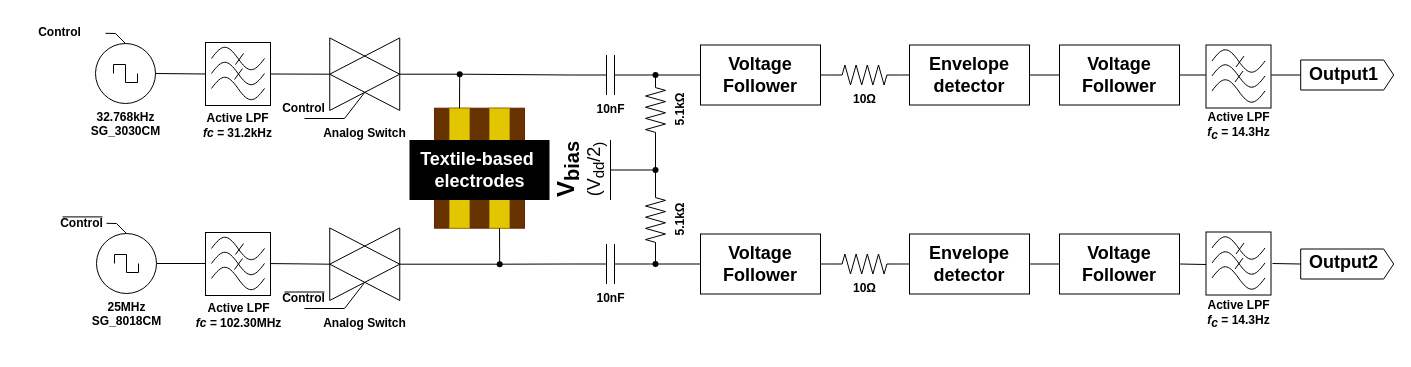
Before: forSensorSymposium.drawio in 10matcho27/drawio_figure, a draw.io diagram. Source tidied: cells renumbered, new cells numbered last; positions are measured from the earlier drawing's top-left corner, leaving out a move shared by most shapes. Both pictures are drawn from the tidied source at 100%, with x=0, y=0 at pixel (24, 17).
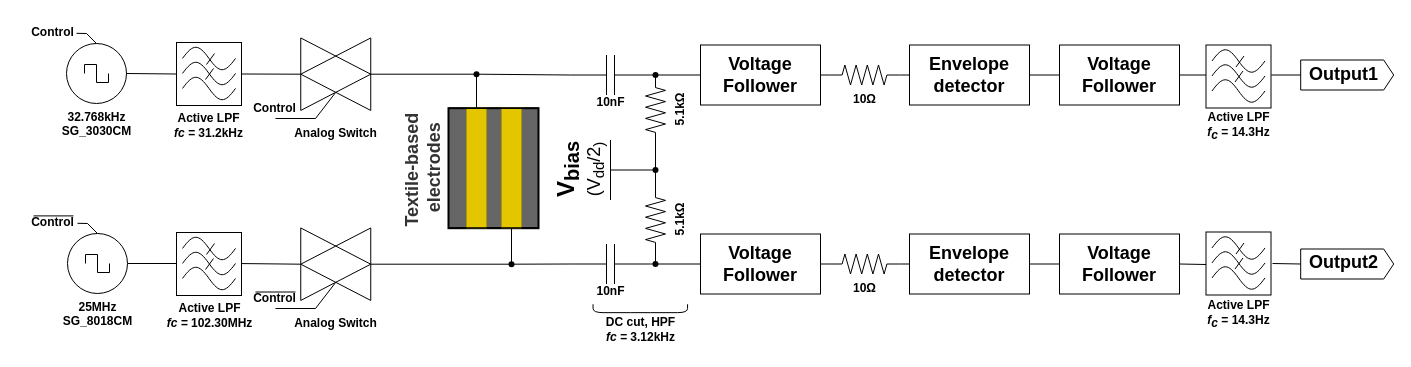
The same page after the edit.

Commit message:
forSensorSymposium.drawio を更新します

What changed in the source:
```diff
@@
     <mxCell id="2" value="&lt;div&gt;&lt;font face=&quot;Century&quot;&gt;&lt;b&gt;32.768kHz&lt;/b&gt;&lt;/font&gt;&lt;/div&gt;&lt;div&gt;&lt;font face=&quot;Century&quot;&gt;&lt;b&gt;SG_3030CM&lt;br&gt;&lt;/b&gt;&lt;/font&gt;&lt;/div&gt;" style="verticalLabelPosition=bottom;shadow=0;dashed=0;align=center;html=1;verticalAlign=top;shape=mxgraph.electrical.signal_sources.source;points=[[0.5,0,0],[1,0.5,0],[0.5,1,0],[0,0.5,0]];elSignalType=square;" parent="1" vertex="1">
-      <mxGeometry x="71" y="26" width="60" height="60" as="geometry" />
+      <mxGeometry x="42" y="26" width="60" height="60" as="geometry" />
     </mxCell>
@@
     <mxCell id="4" style="rounded=0;whiteSpace=wrap;html=1;" parent="1" vertex="1">
-      <mxGeometry x="181" y="25" width="65" height="63" as="geometry" />
+      <mxGeometry x="152" y="25" width="65" height="63" as="geometry" />
     </mxCell>
@@
     <mxCell id="6" value="&lt;div&gt;&lt;font face=&quot;Century&quot;&gt;&lt;b&gt;Active LPF&lt;/b&gt;&lt;/font&gt;&lt;/div&gt;&lt;div&gt;&lt;font face=&quot;Century&quot;&gt;&lt;b&gt;&lt;i&gt;fc = &lt;/i&gt;31.2kHz&lt;br&gt;&lt;/b&gt;&lt;/font&gt;&lt;/div&gt;" style="text;html=1;align=center;verticalAlign=middle;strokeColor=none;fillColor=none;fontFamily=Helvetica;" parent="1" vertex="1">
-      <mxGeometry x="163" y="88" width="100" height="40" as="geometry" />
+      <mxGeometry x="134" y="88" width="100" height="40" as="geometry" />
     </mxCell>
-    <mxCell id="7" value="&lt;b&gt;10nF&lt;/b&gt;" style="verticalLabelPosition=bottom;shadow=0;dashed=0;align=center;html=1;verticalAlign=top;shape=mxgraph.electrical.capacitors.capacitor_1;fontFamily=Century;" parent="1" vertex="1">
+    <mxCell id="7" value="&lt;b&gt;10nF&lt;/b&gt;" style="verticalLabelPosition=bottom;shadow=0;dashed=0;align=center;html=1;verticalAlign=top;shape=mxgraph.electrical.capacitors.capacitor_1;fontFamily=Century;spacingTop=-7;" parent="1" vertex="1">
       <mxGeometry x="546" y="37.5" width="80" height="40" as="geometry" />
     </mxCell>
-    <mxCell id="8" style="rounded=0;whiteSpace=wrap;html=1;fontFamily=Helvetica;fillColor=#663300;strokeColor=#6D1F00;fontColor=#ffffff;rotation=90;" parent="1" vertex="1">
-      <mxGeometry x="395" y="105.7" width="120" height="90" as="geometry" />
+    <mxCell id="8" style="rounded=0;whiteSpace=wrap;html=1;fontFamily=Helvetica;fillColor=#666666;strokeColor=#000000;fontColor=#ffffff;rotation=90;strokeWidth=2;" parent="1" vertex="1">
+      <mxGeometry x="409" y="105.7" width="120" height="90" as="geometry" />
     </mxCell>
     <mxCell id="9" style="rounded=0;whiteSpace=wrap;html=1;fontFamily=Helvetica;fillColor=#E3C500;rotation=0;fontColor=#000000;strokeColor=#B09500;" parent="1" vertex="1">
-      <mxGeometry x="425" y="90.7" width="20" height="120" as="geometry" />
+      <mxGeometry x="442" y="90.7" width="20" height="120" as="geometry" />
     </mxCell>
     <mxCell id="10" style="rounded=0;whiteSpace=wrap;html=1;fontFamily=Helvetica;fillColor=#E3C500;rotation=0;fontColor=#000000;strokeColor=#B09500;" parent="1" vertex="1">
-      <mxGeometry x="465" y="90.7" width="20" height="120" as="geometry" />
+      <mxGeometry x="477" y="90.7" width="20" height="120" as="geometry" />
     </mxCell>
     <mxCell id="11" style="shape=waypoint;sketch=0;fillStyle=solid;size=6;points=[];fillColor=none;perimeter=centerPerimeter;snapToPoint=1;verticalAlign=top;spacingBottom=0;spacingTop=-5;fontFamily=Verdana;fontSize=12;" parent="1" vertex="1">
-      <mxGeometry x="415.2" y="36.7" width="40" height="40" as="geometry" />
+      <mxGeometry x="432" y="36.7" width="40" height="40" as="geometry" />
     </mxCell>
@@
-    <mxCell id="24" value="&lt;b&gt;10nF&lt;/b&gt;" style="verticalLabelPosition=bottom;shadow=0;dashed=0;align=center;html=1;verticalAlign=top;shape=mxgraph.electrical.capacitors.capacitor_1;fontFamily=Century;" parent="1" vertex="1">
+    <mxCell id="24" value="&lt;b&gt;10nF&lt;/b&gt;" style="verticalLabelPosition=bottom;shadow=0;dashed=0;align=center;html=1;verticalAlign=top;shape=mxgraph.electrical.capacitors.capacitor_1;fontFamily=Century;spacingTop=-7;" parent="1" vertex="1">
       <mxGeometry x="546" y="226.5" width="80" height="40" as="geometry" />
     </mxCell>
@@
-    <mxCell id="26" value="&lt;div&gt;&lt;font face=&quot;Century&quot; color=&quot;#ffffff&quot;&gt;&lt;b&gt;Textile-based&amp;nbsp;&lt;/b&gt;&lt;/font&gt;&lt;/div&gt;&lt;div&gt;&lt;font face=&quot;Century&quot; color=&quot;#ffffff&quot;&gt;&lt;b&gt;electrodes&lt;/b&gt;&lt;/font&gt;&lt;/div&gt;" style="text;html=1;align=center;verticalAlign=middle;strokeColor=none;fillColor=#000000;fontSize=18;fontFamily=Helvetica;fontColor=#333333;" parent="1" vertex="1">
-      <mxGeometry x="385" y="122.5" width="140" height="60" as="geometry" />
+    <mxCell id="26" value="&lt;div&gt;&lt;font face=&quot;Century&quot;&gt;&lt;b&gt;Textile-based&amp;nbsp;&lt;/b&gt;&lt;/font&gt;&lt;/div&gt;&lt;div&gt;&lt;font face=&quot;Century&quot;&gt;&lt;b&gt;electrodes&lt;/b&gt;&lt;/font&gt;&lt;/div&gt;" style="text;html=1;align=center;verticalAlign=middle;strokeColor=none;fillColor=none;fontSize=18;fontFamily=Helvetica;fontColor=#333333;rotation=-90;" parent="1" vertex="1">
+      <mxGeometry x="329" y="120.7" width="140" height="60" as="geometry" />
     </mxCell>
@@
     <mxCell id="49" value="&lt;div&gt;&lt;font face=&quot;Century&quot;&gt;&lt;b&gt;25MHz&lt;/b&gt;&lt;/font&gt;&lt;/div&gt;&lt;div&gt;&lt;font face=&quot;Century&quot;&gt;&lt;b&gt;SG_8018CM&lt;br&gt;&lt;/b&gt;&lt;/font&gt;&lt;/div&gt;" style="verticalLabelPosition=bottom;shadow=0;dashed=0;align=center;html=1;verticalAlign=top;shape=mxgraph.electrical.signal_sources.source;points=[[0.5,0,0],[1,0.5,0],[0.5,1,0],[0,0.5,0]];elSignalType=square;" parent="1" vertex="1">
-      <mxGeometry x="72" y="216" width="60" height="60" as="geometry" />
+      <mxGeometry x="43" y="216" width="60" height="60" as="geometry" />
     </mxCell>
@@
     <mxCell id="51" style="verticalLabelPosition=bottom;verticalAlign=top;html=1;shape=mxgraph.basic.acute_triangle;dx=0.5;rotation=90;" parent="1" vertex="1">
-      <mxGeometry x="304" y="21.7" width="72.5" height="70" as="geometry" />
+      <mxGeometry x="275" y="21.7" width="72.5" height="70" as="geometry" />
     </mxCell>
@@
     <mxCell id="54" style="endArrow=none;html=1;rounded=0;" parent="1" edge="1">
       <mxGeometry relative="1" as="geometry">
-        <mxPoint x="280" y="101" as="sourcePoint" />
-        <mxPoint x="320" y="101" as="targetPoint" />
+        <mxPoint x="251" y="101" as="sourcePoint" />
+        <mxPoint x="291" y="101" as="targetPoint" />
       </mxGeometry>
     </mxCell>
     <mxCell id="55" style="endArrow=none;html=1;rounded=0;entryX=0;entryY=0;entryDx=18.125;entryDy=35;entryPerimeter=0;" parent="1" edge="1" target="56">
       <mxGeometry relative="1" as="geometry">
-        <mxPoint x="320" y="101" as="sourcePoint" />
+        <mxPoint x="291" y="101" as="sourcePoint" />
       </mxGeometry>
     </mxCell>
     <mxCell id="56" style="verticalLabelPosition=bottom;verticalAlign=top;html=1;shape=mxgraph.basic.acute_triangle;dx=0.5;rotation=-90;" parent="1" vertex="1">
-      <mxGeometry x="304" y="21.7" width="72.5" height="70" as="geometry" />
+      <mxGeometry x="275" y="21.7" width="72.5" height="70" as="geometry" />
     </mxCell>
@@
     <mxCell id="59" value="&lt;b&gt;&lt;font face=&quot;Century&quot;&gt;Analog Switch&lt;/font&gt;&lt;/b&gt;" style="text;html=1;align=center;verticalAlign=middle;strokeColor=none;fillColor=none;fontFamily=Helvetica;" parent="1" vertex="1">
-      <mxGeometry x="285.2" y="101" width="110" height="30" as="geometry" />
+      <mxGeometry x="256.2" y="101" width="110" height="30" as="geometry" />
     </mxCell>
     <mxCell id="60" value="&lt;font face=&quot;Century&quot;&gt;&lt;b&gt;Control&lt;/b&gt;&lt;/font&gt;" style="text;html=1;align=center;verticalAlign=middle;strokeColor=none;fillColor=none;fontFamily=Helvetica;" parent="1" vertex="1">
-      <mxGeometry x="243.8" y="76" width="70" height="30" as="geometry" />
+      <mxGeometry x="214.8" y="76" width="70" height="30" as="geometry" />
     </mxCell>
     <mxCell id="61" style="endArrow=none;html=1;rounded=0;entryX=0.5;entryY=0;entryDx=0;entryDy=0;entryPerimeter=0;" parent="1" edge="1" target="2">
       <mxGeometry relative="1" as="geometry">
-        <mxPoint x="81" y="15.8" as="sourcePoint" />
+        <mxPoint x="52" y="15.8" as="sourcePoint" />
         <Array as="points">
-          <mxPoint x="91" y="16" />
+          <mxPoint x="62" y="16" />
         </Array>
       </mxGeometry>
     </mxCell>
     <mxCell id="62" value="&lt;font&gt;&lt;b&gt;Control&lt;/b&gt;&lt;/font&gt;" style="text;html=1;align=center;verticalAlign=middle;strokeColor=none;fillColor=none;fontFamily=Century;" parent="1" vertex="1">
-      <mxGeometry width="70" height="30" as="geometry" />
+      <mxGeometry x="-7" y="-0.5" width="70" height="30" as="geometry" />
     </mxCell>
     <mxCell id="63" style="endArrow=none;html=1;rounded=0;entryX=0.5;entryY=0;entryDx=0;entryDy=0;entryPerimeter=0;" parent="1" edge="1">
       <mxGeometry relative="1" as="geometry">
-        <mxPoint x="82" y="205.8" as="sourcePoint" />
-        <mxPoint x="102" y="216" as="targetPoint" />
+        <mxPoint x="53" y="205.8" as="sourcePoint" />
+        <mxPoint x="73" y="216" as="targetPoint" />
         <Array as="points">
-          <mxPoint x="92" y="206" />
+          <mxPoint x="63" y="206" />
         </Array>
       </mxGeometry>
     </mxCell>
     <mxCell id="64" value="&lt;font face=&quot;Century&quot;&gt;&lt;b&gt;Control&lt;/b&gt;&lt;/font&gt;" style="text;html=1;align=center;verticalAlign=middle;strokeColor=none;fillColor=none;fontFamily=Century;" parent="1" vertex="1">
-      <mxGeometry x="22" y="191" width="70" height="30" as="geometry" />
+      <mxGeometry x="-7" y="190" width="70" height="30" as="geometry" />
     </mxCell>
@@
     <mxCell id="67" style="shape=waypoint;sketch=0;fillStyle=solid;size=6;points=[];fillColor=none;perimeter=centerPerimeter;snapToPoint=1;verticalAlign=top;spacingBottom=0;spacingTop=-5;fontFamily=Verdana;fontSize=12;" parent="1" vertex="1">
-      <mxGeometry x="455.2" y="226.7" width="40" height="40" as="geometry" />
+      <mxGeometry x="467" y="226.7" width="40" height="40" as="geometry" />
     </mxCell>
     <mxCell id="68" style="verticalLabelPosition=bottom;verticalAlign=top;html=1;shape=mxgraph.basic.acute_triangle;dx=0.5;rotation=90;" parent="1" vertex="1">
-      <mxGeometry x="304" y="211.7" width="72.5" height="70" as="geometry" />
+      <mxGeometry x="275" y="211.7" width="72.5" height="70" as="geometry" />
     </mxCell>
@@
     <mxCell id="70" style="endArrow=none;html=1;rounded=0;entryX=0;entryY=0;entryDx=36.25;entryDy=0;entryPerimeter=0;exitX=1;exitY=0.5;exitDx=0;exitDy=0;" parent="1" edge="1" target="73">
       <mxGeometry relative="1" as="geometry">
-        <mxPoint x="240.2" y="246" as="sourcePoint" />
+        <mxPoint x="211.2" y="246" as="sourcePoint" />
       </mxGeometry>
     </mxCell>
     <mxCell id="71" style="endArrow=none;html=1;rounded=0;" parent="1" edge="1">
       <mxGeometry relative="1" as="geometry">
-        <mxPoint x="280" y="291" as="sourcePoint" />
-        <mxPoint x="320" y="291" as="targetPoint" />
+        <mxPoint x="251" y="291" as="sourcePoint" />
+        <mxPoint x="291" y="291" as="targetPoint" />
       </mxGeometry>
     </mxCell>
     <mxCell id="72" style="endArrow=none;html=1;rounded=0;entryX=0;entryY=0;entryDx=18.125;entryDy=35;entryPerimeter=0;" parent="1" edge="1" target="73">
       <mxGeometry relative="1" as="geometry">
-        <mxPoint x="320" y="291" as="sourcePoint" />
+        <mxPoint x="291" y="291" as="sourcePoint" />
       </mxGeometry>
     </mxCell>
     <mxCell id="73" style="verticalLabelPosition=bottom;verticalAlign=top;html=1;shape=mxgraph.basic.acute_triangle;dx=0.5;rotation=-90;" parent="1" vertex="1">
-      <mxGeometry x="304" y="211.7" width="72.5" height="70" as="geometry" />
+      <mxGeometry x="275" y="211.7" width="72.5" height="70" as="geometry" />
     </mxCell>
@@
     <mxCell id="76" value="&lt;b&gt;&lt;font face=&quot;Century&quot;&gt;Analog Switch&lt;/font&gt;&lt;/b&gt;" style="text;html=1;align=center;verticalAlign=middle;strokeColor=none;fillColor=none;fontFamily=Helvetica;" parent="1" vertex="1">
-      <mxGeometry x="285.2" y="291" width="110" height="30" as="geometry" />
+      <mxGeometry x="256.2" y="291" width="110" height="30" as="geometry" />
     </mxCell>
     <mxCell id="77" value="&lt;font face=&quot;Century&quot;&gt;&lt;b&gt;Control&lt;/b&gt;&lt;/font&gt;" style="text;html=1;align=center;verticalAlign=middle;strokeColor=none;fillColor=none;fontFamily=Helvetica;" parent="1" vertex="1">
-      <mxGeometry x="243.8" y="266" width="70" height="30" as="geometry" />
+      <mxGeometry x="214.8" y="266" width="70" height="30" as="geometry" />
     </mxCell>
@@
     <mxCell id="80" style="endArrow=none;html=1;rounded=0;" parent="1" edge="1">
       <mxGeometry relative="1" as="geometry">
-        <mxPoint x="38" y="199.4" as="sourcePoint" />
-        <mxPoint x="78" y="199.4" as="targetPoint" />
+        <mxPoint x="9" y="198.4" as="sourcePoint" />
+        <mxPoint x="49" y="198.4" as="targetPoint" />
       </mxGeometry>
     </mxCell>
     <mxCell id="81" style="endArrow=none;html=1;rounded=0;" parent="1" edge="1">
       <mxGeometry relative="1" as="geometry">
-        <mxPoint x="260" y="274.5" as="sourcePoint" />
-        <mxPoint x="300" y="274.5" as="targetPoint" />
+        <mxPoint x="231" y="274.5" as="sourcePoint" />
+        <mxPoint x="271" y="274.5" as="targetPoint" />
       </mxGeometry>
     </mxCell>
     <mxCell id="82" value="&lt;div&gt;&lt;font face=&quot;Century&quot;&gt;&lt;b&gt;Active LPF&lt;/b&gt;&lt;/font&gt;&lt;/div&gt;&lt;div&gt;&lt;font face=&quot;Century&quot;&gt;&lt;b&gt;&lt;i&gt;fc = &lt;/i&gt;102.30MHz&lt;br&gt;&lt;/b&gt;&lt;/font&gt;&lt;/div&gt;" style="text;html=1;align=center;verticalAlign=middle;strokeColor=none;fillColor=none;fontFamily=Helvetica;" parent="1" vertex="1">
-      <mxGeometry x="158.8" y="278" width="110" height="40" as="geometry" />
+      <mxGeometry x="129.8" y="278" width="110" height="40" as="geometry" />
     </mxCell>
@@
     <mxCell id="84" style="verticalLabelPosition=bottom;shadow=0;dashed=0;align=center;html=1;verticalAlign=top;shape=mxgraph.electrical.waveforms.sine_wave;" parent="1" vertex="1">
-      <mxGeometry x="187" y="26" width="53" height="30" as="geometry" />
+      <mxGeometry x="158" y="26" width="53" height="30" as="geometry" />
     </mxCell>
     <mxCell id="85" style="verticalLabelPosition=bottom;shadow=0;dashed=0;align=center;html=1;verticalAlign=top;shape=mxgraph.electrical.waveforms.sine_wave;" parent="1" vertex="1">
-      <mxGeometry x="187" y="41" width="53" height="30" as="geometry" />
+      <mxGeometry x="158" y="41" width="53" height="30" as="geometry" />
     </mxCell>
     <mxCell id="86" style="verticalLabelPosition=bottom;shadow=0;dashed=0;align=center;html=1;verticalAlign=top;shape=mxgraph.electrical.waveforms.sine_wave;" parent="1" vertex="1">
-      <mxGeometry x="187" y="56" width="53" height="30" as="geometry" />
+      <mxGeometry x="158" y="56" width="53" height="30" as="geometry" />
     </mxCell>
     <mxCell id="87" style="endArrow=none;html=1;rounded=0;" parent="1" edge="1">
       <mxGeometry relative="1" as="geometry">
-        <mxPoint x="211" y="47" as="sourcePoint" />
-        <mxPoint x="219" y="36" as="targetPoint" />
+        <mxPoint x="182" y="47" as="sourcePoint" />
+        <mxPoint x="190" y="36" as="targetPoint" />
       </mxGeometry>
     </mxCell>
     <mxCell id="88" style="endArrow=none;html=1;rounded=0;" parent="1" edge="1">
       <mxGeometry relative="1" as="geometry">
-        <mxPoint x="210" y="62" as="sourcePoint" />
-        <mxPoint x="218" y="51" as="targetPoint" />
+        <mxPoint x="181" y="62" as="sourcePoint" />
+        <mxPoint x="189" y="51" as="targetPoint" />
       </mxGeometry>
     </mxCell>
     <mxCell id="89" style="rounded=0;whiteSpace=wrap;html=1;" parent="1" vertex="1">
-      <mxGeometry x="181" y="215" width="65" height="63" as="geometry" />
+      <mxGeometry x="152" y="215" width="65" height="63" as="geometry" />
     </mxCell>
     <mxCell id="90" style="verticalLabelPosition=bottom;shadow=0;dashed=0;align=center;html=1;verticalAlign=top;shape=mxgraph.electrical.waveforms.sine_wave;" parent="1" vertex="1">
-      <mxGeometry x="187" y="216" width="53" height="30" as="geometry" />
+      <mxGeometry x="158" y="216" width="53" height="30" as="geometry" />
     </mxCell>
     <mxCell id="91" style="verticalLabelPosition=bottom;shadow=0;dashed=0;align=center;html=1;verticalAlign=top;shape=mxgraph.electrical.waveforms.sine_wave;" parent="1" vertex="1">
-      <mxGeometry x="187" y="231" width="53" height="30" as="geometry" />
+      <mxGeometry x="158" y="231" width="53" height="30" as="geometry" />
     </mxCell>
     <mxCell id="92" style="verticalLabelPosition=bottom;shadow=0;dashed=0;align=center;html=1;verticalAlign=top;shape=mxgraph.electrical.waveforms.sine_wave;" parent="1" vertex="1">
-      <mxGeometry x="187" y="246" width="53" height="30" as="geometry" />
+      <mxGeometry x="158" y="246" width="53" height="30" as="geometry" />
     </mxCell>
     <mxCell id="93" style="endArrow=none;html=1;rounded=0;" parent="1" edge="1">
       <mxGeometry relative="1" as="geometry">
-        <mxPoint x="211" y="237" as="sourcePoint" />
-        <mxPoint x="219" y="226" as="targetPoint" />
+        <mxPoint x="182" y="237" as="sourcePoint" />
+        <mxPoint x="190" y="226" as="targetPoint" />
       </mxGeometry>
     </mxCell>
     <mxCell id="94" style="endArrow=none;html=1;rounded=0;" parent="1" edge="1">
       <mxGeometry relative="1" as="geometry">
-        <mxPoint x="210" y="252" as="sourcePoint" />
-        <mxPoint x="218" y="241" as="targetPoint" />
+        <mxPoint x="181" y="252" as="sourcePoint" />
+        <mxPoint x="189" y="241" as="targetPoint" />
       </mxGeometry>
     </mxCell>
@@
+    <mxCell id="108" style="endArrow=none;html=1;rounded=0;entryX=0;entryY=0;entryDx=0;entryDy=0;exitX=0;exitY=1;exitDx=0;exitDy=0;strokeWidth=1.5;" parent="1" edge="1" source="8" target="8">
+      <mxGeometry relative="1" as="geometry" />
+    </mxCell>
+    <mxCell id="109" style="endArrow=none;html=1;rounded=0;entryX=0;entryY=0;entryDx=0;entryDy=0;exitX=0;exitY=1;exitDx=0;exitDy=0;strokeWidth=1.5;" parent="1" edge="1">
+      <mxGeometry relative="1" as="geometry">
+        <mxPoint x="424" y="210.5" as="sourcePoint" />
+        <mxPoint x="514" y="210.5" as="targetPoint" />
+      </mxGeometry>
+    </mxCell>
+    <mxCell id="110" style="shape=curlyBracket;whiteSpace=wrap;html=1;rounded=1;labelPosition=left;verticalLabelPosition=middle;align=right;verticalAlign=middle;rotation=-90;size=0;" parent="1" vertex="1">
+      <mxGeometry x="611.6" y="243.7" width="8.4" height="94.5" as="geometry" />
+    </mxCell>
+    <mxCell id="111" value="&lt;div&gt;&lt;font face=&quot;Century&quot;&gt;&lt;b&gt;DC cut, HPF&lt;br&gt;&lt;/b&gt;&lt;/font&gt;&lt;/div&gt;&lt;div&gt;&lt;font face=&quot;Century&quot;&gt;&lt;b&gt;&lt;i&gt;fc = &lt;/i&gt;3.12kHz&lt;br&gt;&lt;/b&gt;&lt;/font&gt;&lt;/div&gt;" style="text;html=1;align=center;verticalAlign=middle;strokeColor=none;fillColor=none;fontFamily=Helvetica;" parent="1" vertex="1">
+      <mxGeometry x="565.8" y="292" width="100" height="40" as="geometry" />
+    </mxCell>
```
